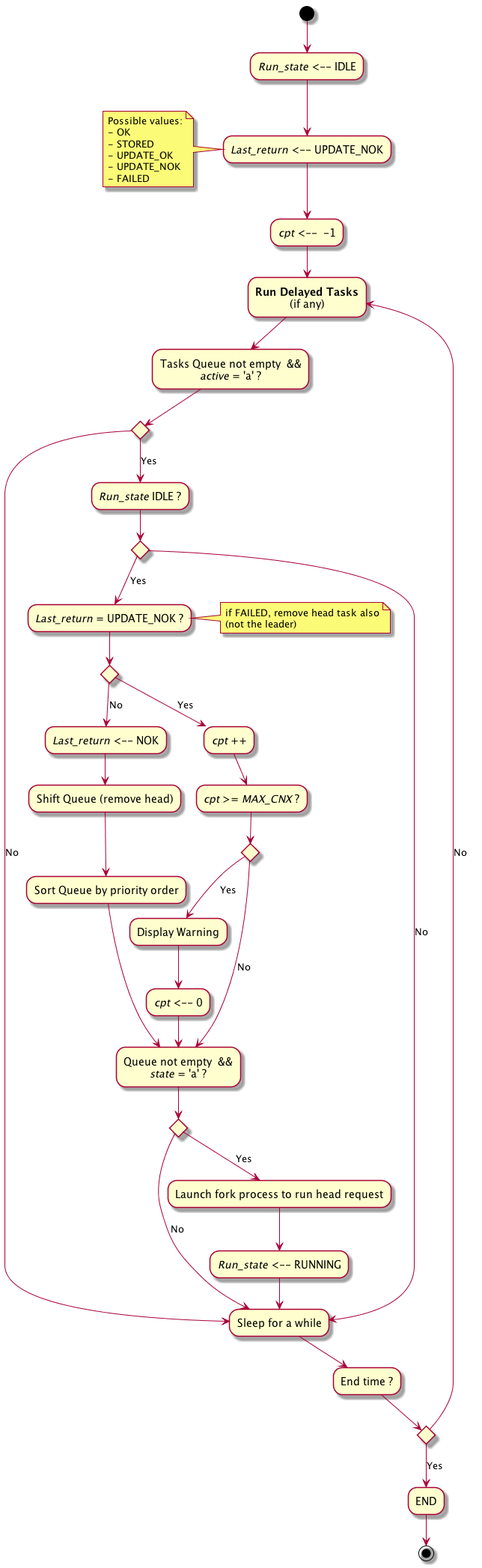
Earlier version of the PlantUML export doc/UML/Algo_run_tasks_queue.png (tof25/DST).
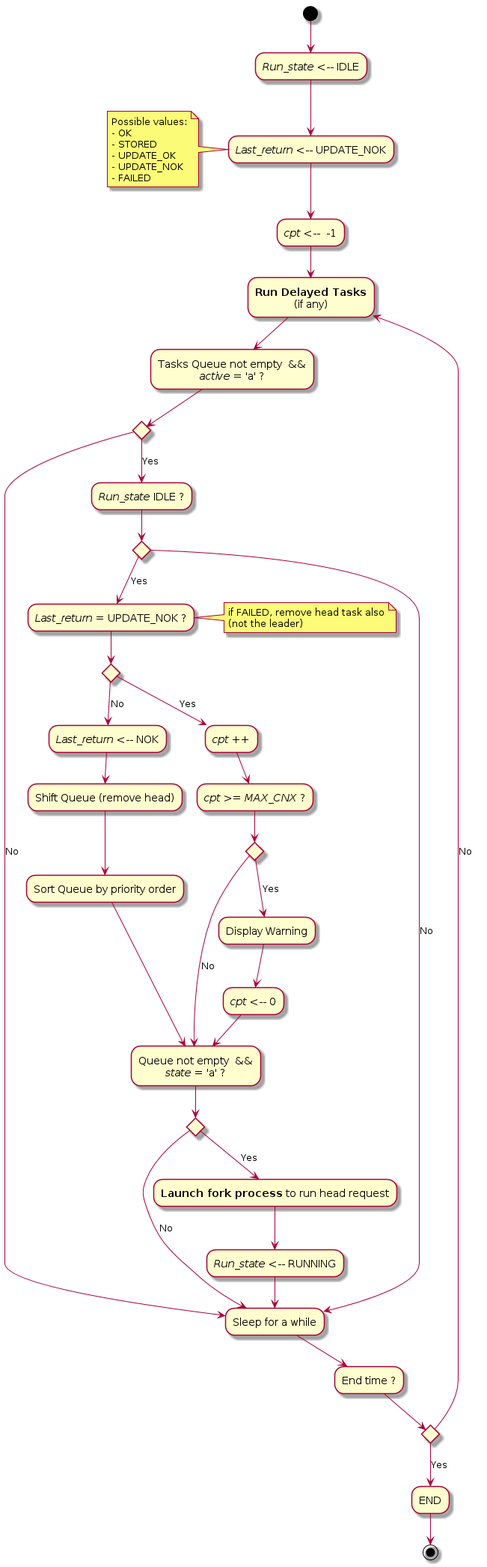
The same file after the commit.

Change to the diagram source:
```diff
@@ -48,7 +48,7 @@
         if "" then
             -->[No] s1
         else
-            -->[Yes] "Launch fork process to run head request"
+            -->[Yes] "<b>Launch fork process</b> to run head request"
             --> "<i>Run_state</i> <-- RUNNING" as run1
             --> s1
         endif
```
